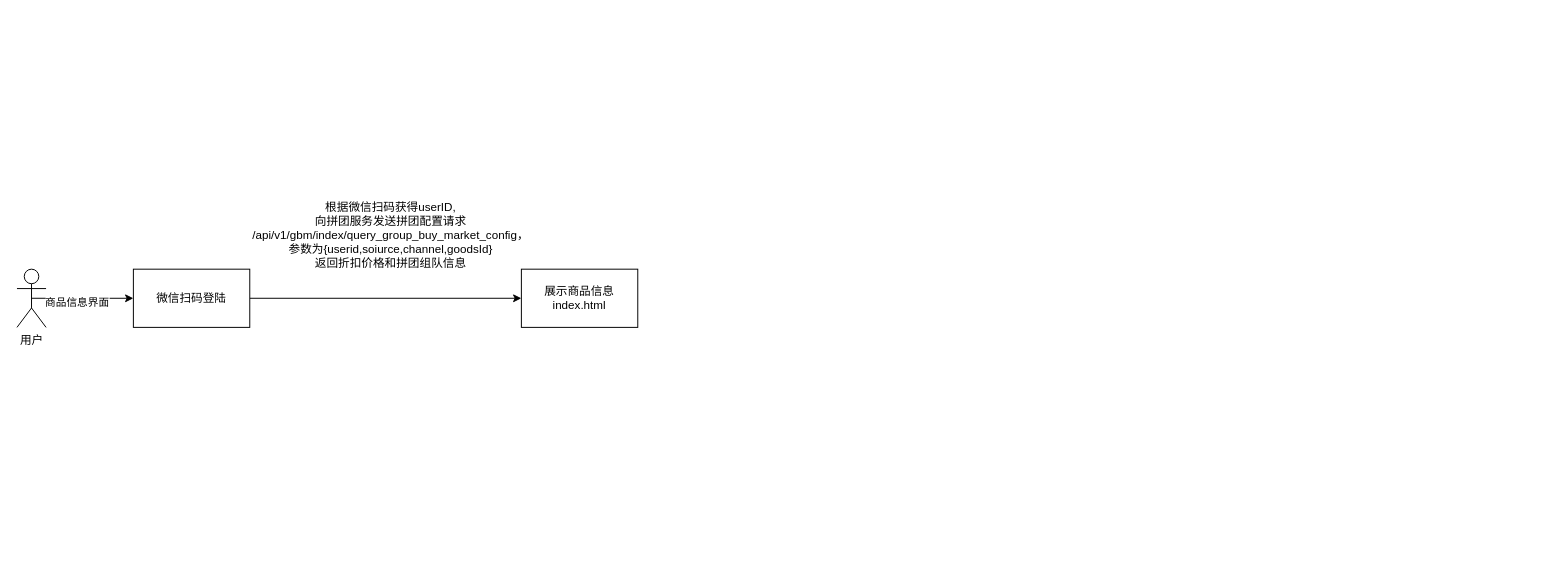
Above: diagrams/拼团交易.drawio in gcloudream/draw (draw.io), before the change. Source tidied: cells renumbered, new cells numbered last; positions are measured from the earlier drawing's top-left corner, leaving out a move shared by most shapes. Both pictures are drawn from the tidied source at 97%, with x=0, y=0 at pixel (16, 191).
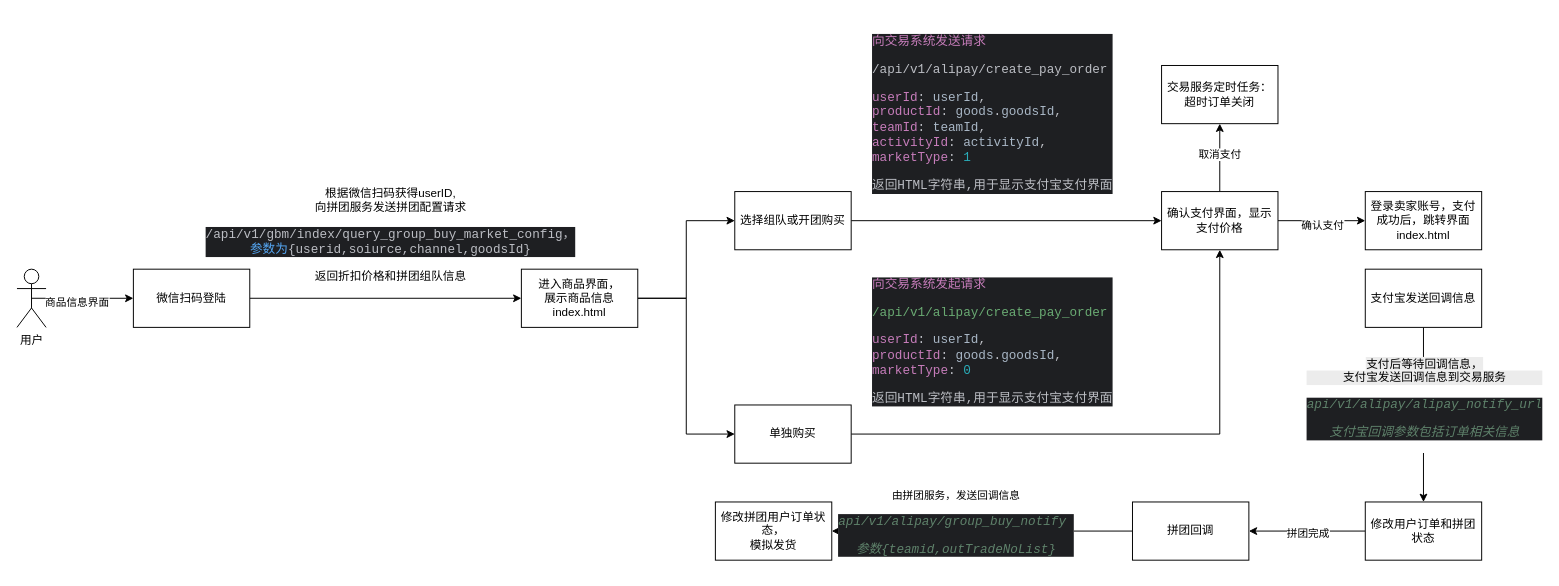
Above is the later version.

Commit message:
更新拼团交易.drawio

The edit, as a diff of the source:
```diff
@@
+    <mxCell id="9" style="edgeStyle=orthogonalEdgeStyle;rounded=0;jettySize=auto;html=1;exitX=1;exitY=0.5;exitDx=0;exitDy=0;entryX=0;entryY=0.5;entryDx=0;entryDy=0;" parent="1" edge="1" source="7" target="12">
+      <mxGeometry relative="1" as="geometry" />
+    </mxCell>
+    <mxCell id="10" style="edgeStyle=orthogonalEdgeStyle;rounded=0;jettySize=auto;html=1;exitX=1;exitY=0.5;exitDx=0;exitDy=0;entryX=0;entryY=0.5;entryDx=0;entryDy=0;" parent="1" edge="1" source="7" target="14">
+      <mxGeometry relative="1" as="geometry">
+        <Array as="points">
+          <mxPoint x="690" y="110" />
+          <mxPoint x="690" y="250" />
+          <mxPoint x="740" y="250" />
+        </Array>
+      </mxGeometry>
+    </mxCell>
-    <mxCell id="7" value="展示商品信息index.html" style="rounded=0;whiteSpace=wrap;html=1;" parent="1" vertex="1">
+    <mxCell id="7" value="进入商品界面，&lt;div&gt;展示商品信息index.html&lt;/div&gt;" style="rounded=0;whiteSpace=wrap;html=1;" parent="1" vertex="1">
       <mxGeometry x="520" y="80" width="120" height="60" as="geometry" />
     </mxCell>
-    <mxCell id="8" value="&lt;span style=&quot;text-wrap-mode: wrap;&quot;&gt;根据微信扫码获得userID,&lt;/span&gt;&lt;div&gt;&lt;span style=&quot;text-wrap-mode: wrap;&quot;&gt;向拼团服务发送拼团配置请求&lt;/span&gt;&lt;/div&gt;&lt;div&gt;&lt;span style=&quot;text-wrap-mode: wrap;&quot;&gt;/api/v1/gbm/index/query_group_buy_market_config，&lt;/span&gt;&lt;/div&gt;&lt;div&gt;&lt;span style=&quot;text-wrap-mode: wrap;&quot;&gt;参数为{userid,soiurce,channel,goodsId}&lt;/span&gt;&lt;/div&gt;&lt;div&gt;&lt;span style=&quot;text-wrap-mode: wrap;&quot;&gt;返回折扣价格和拼团组队信息&lt;/span&gt;&lt;/div&gt;" style="text;html=1;align=center;verticalAlign=middle;strokeColor=none;fillColor=none;" parent="1" vertex="1">
-      <mxGeometry x="230" width="310" height="90" as="geometry" />
+    <mxCell id="8" value="&lt;span style=&quot;text-wrap-mode: wrap;&quot;&gt;根据微信扫码获得userID,&lt;/span&gt;&lt;div&gt;&lt;span style=&quot;text-wrap-mode: wrap;&quot;&gt;向拼团服务发送拼团配置请求&lt;/span&gt;&lt;/div&gt;&lt;div&gt;&lt;div style=&quot;background-color:#1e1f22;color:#bcbec4&quot;&gt;&lt;pre style=&quot;font-family:'JetBrains Mono',monospace;font-size:9.8pt;&quot;&gt;/api/v1/gbm/index/query_group_buy_market_config&lt;span style=&quot;font-family:'Courier New',monospace;&quot;&gt;，&lt;br&gt;&lt;/span&gt;&lt;span style=&quot;color:#56a8f5;font-family:'Courier New',monospace;&quot;&gt;参数为&lt;/span&gt;{userid,soiurce,channel,goodsId}&lt;/pre&gt;&lt;/div&gt;&lt;/div&gt;&lt;div&gt;&lt;span style=&quot;text-wrap-mode: wrap;&quot;&gt;返回折扣价格和拼团组队信息&lt;/span&gt;&lt;/div&gt;" style="text;html=1;align=center;verticalAlign=middle;strokeColor=none;fillColor=none;" parent="1" vertex="1">
+      <mxGeometry x="200" y="-15" width="370" height="120" as="geometry" />
     </mxCell>
+    <mxCell id="11" style="edgeStyle=orthogonalEdgeStyle;rounded=0;jettySize=auto;html=1;exitX=1;exitY=0.5;exitDx=0;exitDy=0;entryX=0;entryY=0.5;entryDx=0;entryDy=0;" parent="1" edge="1" source="12" target="19">
+      <mxGeometry relative="1" as="geometry" />
+    </mxCell>
+    <mxCell id="12" value="选择组队或开团购买" style="rounded=0;whiteSpace=wrap;html=1;" parent="1" vertex="1">
+      <mxGeometry x="740" width="120" height="60" as="geometry" />
+    </mxCell>
+    <mxCell id="13" style="edgeStyle=orthogonalEdgeStyle;rounded=0;jettySize=auto;html=1;exitX=1;exitY=0.5;exitDx=0;exitDy=0;entryX=0.5;entryY=1;entryDx=0;entryDy=0;" parent="1" edge="1" source="14" target="19">
+      <mxGeometry relative="1" as="geometry" />
+    </mxCell>
+    <mxCell id="14" value="单独购买" style="rounded=0;whiteSpace=wrap;html=1;" parent="1" vertex="1">
+      <mxGeometry x="740" y="220" width="120" height="60" as="geometry" />
+    </mxCell>
+    <mxCell id="15" style="edgeStyle=orthogonalEdgeStyle;rounded=0;jettySize=auto;html=1;exitX=0.5;exitY=0;exitDx=0;exitDy=0;" parent="1" edge="1" source="19" target="22">
+      <mxGeometry relative="1" as="geometry" />
+    </mxCell>
+    <mxCell id="16" value="取消支付" style="edgeLabel;html=1;align=center;verticalAlign=middle;" parent="15" vertex="1">
+      <mxGeometry x="0.11" y="1" relative="1" as="geometry" />
+    </mxCell>
+    <mxCell id="17" style="edgeStyle=orthogonalEdgeStyle;rounded=0;jettySize=auto;html=1;exitX=1;exitY=0.5;exitDx=0;exitDy=0;entryX=0;entryY=0.5;entryDx=0;entryDy=0;" parent="1" edge="1" source="19" target="23">
+      <mxGeometry relative="1" as="geometry" />
+    </mxCell>
+    <mxCell id="18" value="确认支付" style="edgeLabel;html=1;align=center;verticalAlign=middle;" parent="17" vertex="1">
+      <mxGeometry y="-4" relative="1" as="geometry" />
+    </mxCell>
+    <mxCell id="19" value="确认支付界面，显示支付价格" style="rounded=0;whiteSpace=wrap;html=1;" parent="1" vertex="1">
+      <mxGeometry x="1180" width="120" height="60" as="geometry" />
+    </mxCell>
+    <mxCell id="20" value="&lt;div style=&quot;background-color: rgb(30, 31, 34); color: rgb(188, 190, 196);&quot;&gt;&lt;pre style=&quot;font-family:'JetBrains Mono',monospace;font-size:9.8pt;&quot;&gt;&lt;span style=&quot;color: rgb(199, 125, 187);&quot;&gt;向交易系统发送请求&lt;/span&gt;&lt;/pre&gt;&lt;pre style=&quot;font-family:'JetBrains Mono',monospace;font-size:9.8pt;&quot;&gt;/api/v1/alipay/create_pay_order&lt;/pre&gt;&lt;pre style=&quot;font-family:'JetBrains Mono',monospace;font-size:9.8pt;&quot;&gt;&lt;span style=&quot;color: rgb(199, 125, 187);&quot;&gt;userId&lt;/span&gt;: &lt;span style=&quot;color: rgb(169, 183, 198);&quot;&gt;userId&lt;/span&gt;,&lt;br&gt;&lt;span style=&quot;color: rgb(199, 125, 187);&quot;&gt;productId&lt;/span&gt;: &lt;span style=&quot;color: rgb(169, 183, 198);&quot;&gt;goods&lt;/span&gt;.&lt;span style=&quot;color: rgb(169, 183, 198);&quot;&gt;goodsId&lt;/span&gt;,&lt;br&gt;&lt;span style=&quot;color: rgb(199, 125, 187);&quot;&gt;teamId&lt;/span&gt;: &lt;span style=&quot;color: rgb(169, 183, 198);&quot;&gt;teamId&lt;/span&gt;,&lt;br&gt;&lt;span style=&quot;color: rgb(199, 125, 187);&quot;&gt;activityId&lt;/span&gt;: &lt;span style=&quot;color: rgb(169, 183, 198);&quot;&gt;activityId&lt;/span&gt;,&lt;br&gt;&lt;span style=&quot;color: rgb(199, 125, 187);&quot;&gt;marketType&lt;/span&gt;: &lt;span style=&quot;color: rgb(42, 172, 184);&quot;&gt;1&lt;/span&gt;&lt;/pre&gt;&lt;pre style=&quot;font-family:'JetBrains Mono',monospace;font-size:9.8pt;&quot;&gt;返回HTML字符串,用于显示支付宝支付界面&lt;/pre&gt;&lt;/div&gt;" style="text;html=1;align=left;verticalAlign=middle;strokeColor=none;fillColor=none;" parent="1" vertex="1">
+      <mxGeometry x="880" y="-180" width="280" height="200" as="geometry" />
+    </mxCell>
+    <mxCell id="21" value="&lt;div style=&quot;background-color: rgb(30, 31, 34); color: rgb(188, 190, 196);&quot;&gt;&lt;pre style=&quot;font-family:'JetBrains Mono',monospace;font-size:9.8pt;&quot;&gt;&lt;span style=&quot;color: rgb(199, 125, 187);&quot;&gt;向交易系统发起请求&lt;/span&gt;&lt;/pre&gt;&lt;pre style=&quot;font-family:'JetBrains Mono',monospace;font-size:9.8pt;&quot;&gt;&lt;div&gt;&lt;pre style=&quot;font-family:'JetBrains Mono',monospace;font-size:9.8pt;&quot;&gt;&lt;span style=&quot;color: rgb(106, 171, 115);&quot;&gt;/api/v1/alipay/create_pay_order&lt;/span&gt;&lt;/pre&gt;&lt;/div&gt;&lt;/pre&gt;&lt;pre style=&quot;font-family:'JetBrains Mono',monospace;font-size:9.8pt;&quot;&gt;&lt;span style=&quot;color: rgb(199, 125, 187);&quot;&gt;userId&lt;/span&gt;: &lt;span style=&quot;color: rgb(169, 183, 198);&quot;&gt;userId&lt;/span&gt;,&lt;br&gt;&lt;div style=&quot;&quot;&gt;&lt;span style=&quot;font-size: 9.8pt; white-space-collapse: collapse; color: rgb(199, 125, 187);&quot;&gt;productId&lt;/span&gt;&lt;span style=&quot;font-size: 9.8pt; white-space-collapse: collapse;&quot;&gt;: &lt;/span&gt;&lt;span style=&quot;font-size: 9.8pt; white-space-collapse: collapse; color: rgb(169, 183, 198);&quot;&gt;goods&lt;/span&gt;&lt;span style=&quot;font-size: 9.8pt; white-space-collapse: collapse;&quot;&gt;.&lt;/span&gt;&lt;span style=&quot;font-size: 9.8pt; white-space-collapse: collapse; color: rgb(169, 183, 198);&quot;&gt;goodsId&lt;/span&gt;&lt;span style=&quot;font-size: 9.8pt; white-space-collapse: collapse;&quot;&gt;,&lt;/span&gt;&lt;/div&gt;&lt;span style=&quot;color: rgb(199, 125, 187);&quot;&gt;marketType&lt;/span&gt;: &lt;span style=&quot;color: rgb(42, 172, 184);&quot;&gt;0&lt;/span&gt;&lt;/pre&gt;&lt;pre style=&quot;font-family:'JetBrains Mono',monospace;font-size:9.8pt;&quot;&gt;&lt;pre style=&quot;font-family: &amp;quot;JetBrains Mono&amp;quot;, monospace; font-size: 9.8pt;&quot;&gt;返回HTML字符串,用于显示支付宝支付界面&lt;/pre&gt;&lt;/pre&gt;&lt;/div&gt;" style="text;html=1;align=left;verticalAlign=middle;strokeColor=none;fillColor=none;" parent="1" vertex="1">
+      <mxGeometry x="880" y="70" width="280" height="170" as="geometry" />
+    </mxCell>
+    <mxCell id="22" value="交易服务定时任务：超时订单关闭" style="rounded=0;whiteSpace=wrap;html=1;" parent="1" vertex="1">
+      <mxGeometry x="1180" y="-130" width="120" height="60" as="geometry" />
+    </mxCell>
+    <mxCell id="23" value="登录卖家账号，支付成功后，跳转界面index.html" style="rounded=0;whiteSpace=wrap;html=1;" parent="1" vertex="1">
+      <mxGeometry x="1390" width="120" height="60" as="geometry" />
+    </mxCell>
+    <mxCell id="24" style="edgeStyle=orthogonalEdgeStyle;rounded=0;jettySize=auto;html=1;exitX=0.5;exitY=1;exitDx=0;exitDy=0;" parent="1" edge="1" source="26" target="29">
+      <mxGeometry relative="1" as="geometry" />
+    </mxCell>
+    <mxCell id="25" value="&lt;span style=&quot;font-size: 12px; text-wrap-mode: wrap; background-color: rgb(236, 236, 236);&quot;&gt;支付后等待回调信息，&lt;/span&gt;&lt;div style=&quot;font-size: 12px; text-wrap-mode: wrap; background-color: rgb(236, 236, 236);&quot;&gt;支付宝发送回调信息到交易服务&lt;/div&gt;&lt;div style=&quot;font-size: 12px; text-wrap-mode: wrap; background-color: rgb(236, 236, 236);&quot;&gt;&lt;div style=&quot;background-color: rgb(30, 31, 34); color: rgb(188, 190, 196);&quot;&gt;&lt;pre style=&quot;font-family: &amp;quot;JetBrains Mono&amp;quot;, monospace; font-size: 9.8pt;&quot;&gt;&lt;span style=&quot;color: rgb(95, 130, 107); font-style: italic;&quot;&gt;api/v1/alipay/alipay_notify_url&lt;/span&gt;&lt;/pre&gt;&lt;pre style=&quot;font-family: &amp;quot;JetBrains Mono&amp;quot;, monospace; font-size: 9.8pt;&quot;&gt;&lt;span style=&quot;color: rgb(95, 130, 107); font-style: italic;&quot;&gt;支付宝回调参数包括订单相关信息&lt;/span&gt;&lt;/pre&gt;&lt;/div&gt;&lt;/div&gt;" style="edgeLabel;html=1;align=center;verticalAlign=middle;" parent="24" vertex="1">
+      <mxGeometry x="-0.12" relative="1" as="geometry" />
+    </mxCell>
+    <mxCell id="26" value="支付宝发送回调信息" style="rounded=0;whiteSpace=wrap;html=1;" parent="1" vertex="1">
+      <mxGeometry x="1390" y="80" width="120" height="60" as="geometry" />
+    </mxCell>
+    <mxCell id="27" style="edgeStyle=orthogonalEdgeStyle;rounded=0;jettySize=auto;html=1;exitX=0;exitY=0.5;exitDx=0;exitDy=0;entryX=1;entryY=0.5;entryDx=0;entryDy=0;" parent="1" edge="1" source="29" target="32">
+      <mxGeometry relative="1" as="geometry" />
+    </mxCell>
+    <mxCell id="28" value="拼团完成" style="edgeLabel;html=1;align=center;verticalAlign=middle;" parent="27" vertex="1">
+      <mxGeometry y="2" relative="1" as="geometry" />
+    </mxCell>
+    <mxCell id="29" value="修改用户订单和拼团状态" style="rounded=0;whiteSpace=wrap;html=1;" parent="1" vertex="1">
+      <mxGeometry x="1390" y="320" width="120" height="60" as="geometry" />
+    </mxCell>
+    <mxCell id="30" style="edgeStyle=orthogonalEdgeStyle;rounded=0;jettySize=auto;html=1;exitX=0;exitY=0.5;exitDx=0;exitDy=0;entryX=1;entryY=0.5;entryDx=0;entryDy=0;" parent="1" edge="1" source="32" target="33">
+      <mxGeometry relative="1" as="geometry" />
+    </mxCell>
+    <mxCell id="31" value="由拼团服务，发送回调信息&lt;div&gt;&lt;div style=&quot;background-color: rgb(30, 31, 34);&quot;&gt;&lt;pre style=&quot;color: rgb(188, 190, 196); font-family: &amp;quot;JetBrains Mono&amp;quot;, monospace; font-size: 9.8pt;&quot;&gt;&lt;span style=&quot;color:#5f826b;font-style:italic;&quot;&gt;api/v1/alipay/group_buy_notify &lt;/span&gt;&lt;/pre&gt;&lt;pre style=&quot;font-family: &amp;quot;JetBrains Mono&amp;quot;, monospace; font-size: 9.8pt;&quot;&gt;&lt;font color=&quot;#5f826b&quot;&gt;&lt;i&gt;参数{teamid,outTradeNoList}&lt;/i&gt;&lt;/font&gt;&lt;/pre&gt;&lt;/div&gt;&lt;/div&gt;" style="edgeLabel;html=1;align=center;verticalAlign=middle;" parent="30" vertex="1">
+      <mxGeometry x="0.18" y="-3" relative="1" as="geometry" />
+    </mxCell>
+    <mxCell id="32" value="拼团回调" style="rounded=0;whiteSpace=wrap;html=1;" parent="1" vertex="1">
+      <mxGeometry x="1150" y="320" width="120" height="60" as="geometry" />
+    </mxCell>
+    <mxCell id="33" value="修改拼团用户订单状态，&lt;div&gt;模拟发货&lt;/div&gt;" style="rounded=0;whiteSpace=wrap;html=1;" parent="1" vertex="1">
+      <mxGeometry x="720" y="320" width="120" height="60" as="geometry" />
+    </mxCell>
```
